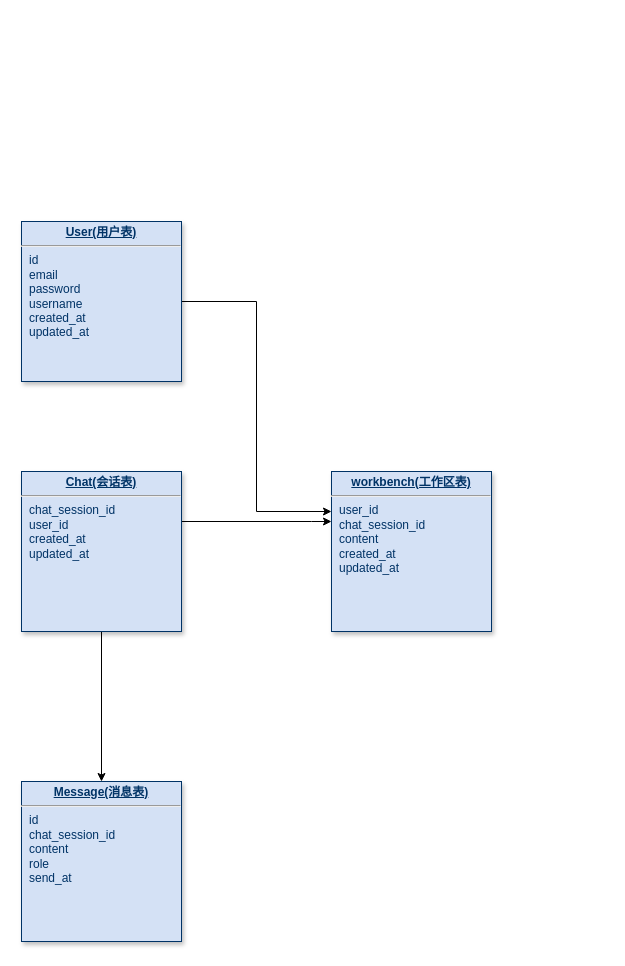
Above: tarvis_db.drawio in GogoWwz/tarvis-diagrams (draw.io), before the change. Source tidied: cells renumbered, new cells numbered last; positions are measured from the earlier drawing's top-left corner, leaving out a move shared by most shapes. Both pictures are drawn from the tidied source at 100%, with x=0, y=0 at pixel (21, 221).
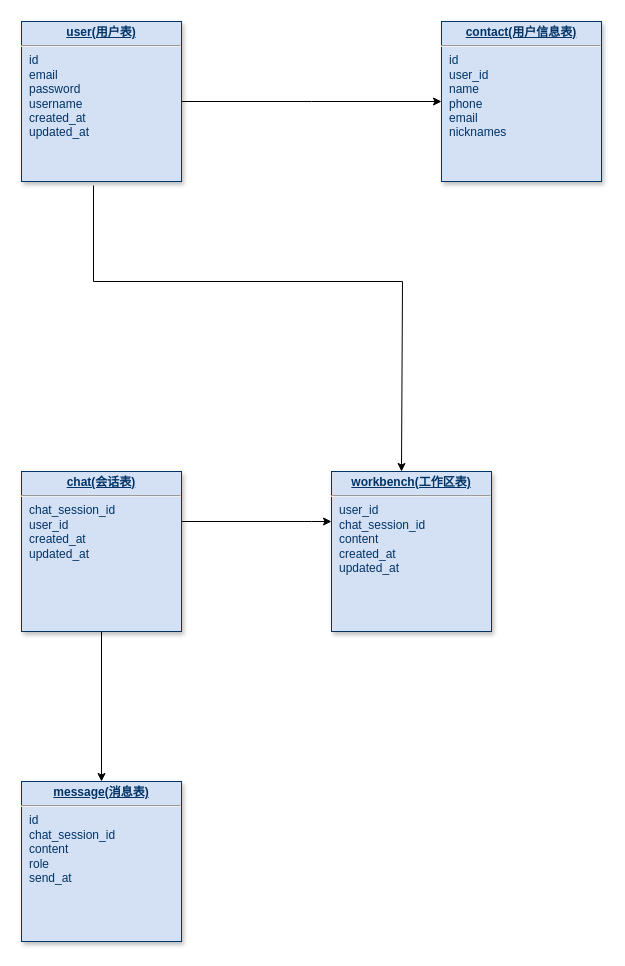
The same diagram, later.

The edit, as a diff of the source:
```diff
@@
 <mxGraphModel>
   <root>
     <mxCell id="0" />
     <mxCell id="1" parent="0" />
-    <mxCell id="2" style="edgeStyle=orthogonalEdgeStyle;rounded=0;jettySize=auto;html=1;exitX=1;exitY=0.5;exitDx=0;exitDy=0;entryX=0;entryY=0.25;entryDx=0;entryDy=0;" parent="1" edge="1" source="3" target="8">
-      <mxGeometry relative="1" as="geometry" />
+    <mxCell id="2" style="edgeStyle=orthogonalEdgeStyle;rounded=0;jettySize=auto;html=1;exitX=0.45;exitY=1.025;exitDx=0;exitDy=0;exitPerimeter=0;" parent="1" edge="1" source="3">
+      <mxGeometry relative="1" as="geometry">
+        <mxPoint x="380" y="250" as="targetPoint" />
+        <Array as="points">
+          <mxPoint x="72" y="60" />
+          <mxPoint x="381" y="60" />
+        </Array>
+      </mxGeometry>
     </mxCell>
+    <mxCell id="9" style="edgeStyle=orthogonalEdgeStyle;rounded=0;jettySize=auto;html=1;" parent="1" edge="1" source="3">
+      <mxGeometry relative="1" as="geometry">
+        <mxPoint x="420" y="-120" as="targetPoint" />
+      </mxGeometry>
+    </mxCell>
-    <mxCell id="3" value="&lt;p style=&quot;margin: 0px; margin-top: 4px; text-align: center; text-decoration: underline;&quot;&gt;&lt;b&gt;User(用户表)&lt;/b&gt;&lt;/p&gt;&lt;hr&gt;&lt;p style=&quot;margin: 0px; margin-left: 8px;&quot;&gt;&lt;span style=&quot;background-color: initial;&quot;&gt;id&lt;/span&gt;&lt;/p&gt;&lt;p style=&quot;margin: 0px; margin-left: 8px;&quot;&gt;&lt;span style=&quot;background-color: initial;&quot;&gt;email&lt;/span&gt;&lt;/p&gt;&lt;p style=&quot;margin: 0px; margin-left: 8px;&quot;&gt;password&lt;/p&gt;&lt;p style=&quot;margin: 0px; margin-left: 8px;&quot;&gt;username&lt;/p&gt;&lt;p style=&quot;margin: 0px; margin-left: 8px;&quot;&gt;created_at&lt;/p&gt;&lt;p style=&quot;margin: 0px; margin-left: 8px;&quot;&gt;updated_at&lt;/p&gt;" style="verticalAlign=top;align=left;overflow=fill;fontSize=12;fontFamily=Helvetica;html=1;strokeColor=#003366;shadow=1;fillColor=#D4E1F5;fontColor=#003366;" parent="1" vertex="1">
-      <mxGeometry width="160" height="160" as="geometry" />
+    <mxCell id="3" value="&lt;p style=&quot;margin: 0px; margin-top: 4px; text-align: center; text-decoration: underline;&quot;&gt;&lt;b&gt;user(用户表)&lt;/b&gt;&lt;/p&gt;&lt;hr&gt;&lt;p style=&quot;margin: 0px; margin-left: 8px;&quot;&gt;&lt;span style=&quot;background-color: initial;&quot;&gt;id&lt;/span&gt;&lt;/p&gt;&lt;p style=&quot;margin: 0px; margin-left: 8px;&quot;&gt;&lt;span style=&quot;background-color: initial;&quot;&gt;email&lt;/span&gt;&lt;/p&gt;&lt;p style=&quot;margin: 0px; margin-left: 8px;&quot;&gt;password&lt;/p&gt;&lt;p style=&quot;margin: 0px; margin-left: 8px;&quot;&gt;username&lt;/p&gt;&lt;p style=&quot;margin: 0px; margin-left: 8px;&quot;&gt;created_at&lt;/p&gt;&lt;p style=&quot;margin: 0px; margin-left: 8px;&quot;&gt;updated_at&lt;/p&gt;" style="verticalAlign=top;align=left;overflow=fill;fontSize=12;fontFamily=Helvetica;html=1;strokeColor=#003366;shadow=1;fillColor=#D4E1F5;fontColor=#003366;" parent="1" vertex="1">
+      <mxGeometry y="-200" width="160" height="160" as="geometry" />
     </mxCell>
     <mxCell id="4" style="edgeStyle=orthogonalEdgeStyle;rounded=0;jettySize=auto;html=1;" parent="1" edge="1" source="6" target="7">
       <mxGeometry relative="1" as="geometry" />
     </mxCell>
     <mxCell id="5" style="edgeStyle=orthogonalEdgeStyle;rounded=0;jettySize=auto;html=1;" parent="1" edge="1" source="6" target="8">
       <mxGeometry relative="1" as="geometry">
         <Array as="points">
           <mxPoint x="290" y="300" />
           <mxPoint x="290" y="300" />
         </Array>
       </mxGeometry>
     </mxCell>
-    <mxCell id="6" value="&lt;p style=&quot;margin: 0px; margin-top: 4px; text-align: center; text-decoration: underline;&quot;&gt;&lt;b&gt;Chat(会话表)&lt;/b&gt;&lt;/p&gt;&lt;hr&gt;&lt;p style=&quot;margin: 0px; margin-left: 8px;&quot;&gt;chat_session_id&lt;/p&gt;&lt;p style=&quot;margin: 0px; margin-left: 8px;&quot;&gt;user_id&lt;/p&gt;&lt;p style=&quot;margin: 0px; margin-left: 8px;&quot;&gt;created_at&lt;/p&gt;&lt;p style=&quot;margin: 0px; margin-left: 8px;&quot;&gt;updated_at&lt;/p&gt;" style="verticalAlign=top;align=left;overflow=fill;fontSize=12;fontFamily=Helvetica;html=1;strokeColor=#003366;shadow=1;fillColor=#D4E1F5;fontColor=#003366;" parent="1" vertex="1">
+    <mxCell id="6" value="&lt;p style=&quot;margin: 0px; margin-top: 4px; text-align: center; text-decoration: underline;&quot;&gt;&lt;b&gt;chat(会话表)&lt;/b&gt;&lt;/p&gt;&lt;hr&gt;&lt;p style=&quot;margin: 0px; margin-left: 8px;&quot;&gt;chat_session_id&lt;/p&gt;&lt;p style=&quot;margin: 0px; margin-left: 8px;&quot;&gt;user_id&lt;/p&gt;&lt;p style=&quot;margin: 0px; margin-left: 8px;&quot;&gt;created_at&lt;/p&gt;&lt;p style=&quot;margin: 0px; margin-left: 8px;&quot;&gt;updated_at&lt;/p&gt;" style="verticalAlign=top;align=left;overflow=fill;fontSize=12;fontFamily=Helvetica;html=1;strokeColor=#003366;shadow=1;fillColor=#D4E1F5;fontColor=#003366;" parent="1" vertex="1">
       <mxGeometry y="250" width="160" height="160" as="geometry" />
     </mxCell>
-    <mxCell id="7" value="&lt;p style=&quot;margin: 0px; margin-top: 4px; text-align: center; text-decoration: underline;&quot;&gt;&lt;b&gt;Message(消息表)&lt;/b&gt;&lt;/p&gt;&lt;hr&gt;&lt;p style=&quot;margin: 0px; margin-left: 8px;&quot;&gt;id&lt;/p&gt;&lt;p style=&quot;margin: 0px; margin-left: 8px;&quot;&gt;chat_session_id&lt;/p&gt;&lt;p style=&quot;margin: 0px; margin-left: 8px;&quot;&gt;content&lt;/p&gt;&lt;p style=&quot;margin: 0px; margin-left: 8px;&quot;&gt;role&lt;/p&gt;&lt;p style=&quot;margin: 0px; margin-left: 8px;&quot;&gt;send_at&lt;/p&gt;" style="verticalAlign=top;align=left;overflow=fill;fontSize=12;fontFamily=Helvetica;html=1;strokeColor=#003366;shadow=1;fillColor=#D4E1F5;fontColor=#003366;" parent="1" vertex="1">
+    <mxCell id="7" value="&lt;p style=&quot;margin: 0px; margin-top: 4px; text-align: center; text-decoration: underline;&quot;&gt;&lt;b&gt;message(消息表)&lt;/b&gt;&lt;/p&gt;&lt;hr&gt;&lt;p style=&quot;margin: 0px; margin-left: 8px;&quot;&gt;id&lt;/p&gt;&lt;p style=&quot;margin: 0px; margin-left: 8px;&quot;&gt;chat_session_id&lt;/p&gt;&lt;p style=&quot;margin: 0px; margin-left: 8px;&quot;&gt;content&lt;/p&gt;&lt;p style=&quot;margin: 0px; margin-left: 8px;&quot;&gt;role&lt;/p&gt;&lt;p style=&quot;margin: 0px; margin-left: 8px;&quot;&gt;send_at&lt;/p&gt;" style="verticalAlign=top;align=left;overflow=fill;fontSize=12;fontFamily=Helvetica;html=1;strokeColor=#003366;shadow=1;fillColor=#D4E1F5;fontColor=#003366;" parent="1" vertex="1">
       <mxGeometry y="560" width="160" height="160" as="geometry" />
     </mxCell>
     <mxCell id="8" value="&lt;p style=&quot;margin: 0px; margin-top: 4px; text-align: center; text-decoration: underline;&quot;&gt;&lt;b&gt;workbench(工作区表)&lt;/b&gt;&lt;/p&gt;&lt;hr&gt;&lt;p style=&quot;margin: 0px; margin-left: 8px;&quot;&gt;user_id&lt;br&gt;&lt;/p&gt;&lt;p style=&quot;margin: 0px; margin-left: 8px;&quot;&gt;chat_session_id&lt;/p&gt;&lt;p style=&quot;margin: 0px; margin-left: 8px;&quot;&gt;content&lt;/p&gt;&lt;p style=&quot;margin: 0px; margin-left: 8px;&quot;&gt;created_at&lt;/p&gt;&lt;p style=&quot;margin: 0px; margin-left: 8px;&quot;&gt;updated_at&lt;/p&gt;" style="verticalAlign=top;align=left;overflow=fill;fontSize=12;fontFamily=Helvetica;html=1;strokeColor=#003366;shadow=1;fillColor=#D4E1F5;fontColor=#003366;" parent="1" vertex="1">
       <mxGeometry x="310" y="250" width="160" height="160" as="geometry" />
     </mxCell>
+    <mxCell id="10" value="&lt;p style=&quot;margin: 0px; margin-top: 4px; text-align: center; text-decoration: underline;&quot;&gt;&lt;b&gt;contact(用户信息表)&lt;/b&gt;&lt;/p&gt;&lt;hr&gt;&lt;p style=&quot;margin: 0px; margin-left: 8px;&quot;&gt;&lt;span style=&quot;background-color: initial;&quot;&gt;id&lt;/span&gt;&lt;/p&gt;&lt;p style=&quot;margin: 0px; margin-left: 8px;&quot;&gt;&lt;span style=&quot;background-color: initial;&quot;&gt;user_id&lt;/span&gt;&lt;/p&gt;&lt;p style=&quot;margin: 0px; margin-left: 8px;&quot;&gt;name&lt;/p&gt;&lt;p style=&quot;margin: 0px; margin-left: 8px;&quot;&gt;phone&lt;/p&gt;&lt;p style=&quot;margin: 0px; margin-left: 8px;&quot;&gt;email&lt;/p&gt;&lt;p style=&quot;margin: 0px; margin-left: 8px;&quot;&gt;nicknames&lt;/p&gt;" style="verticalAlign=top;align=left;overflow=fill;fontSize=12;fontFamily=Helvetica;html=1;strokeColor=#003366;shadow=1;fillColor=#D4E1F5;fontColor=#003366;" parent="1" vertex="1">
+      <mxGeometry x="420" y="-200" width="160" height="160" as="geometry" />
+    </mxCell>
   </root>
 </mxGraphModel>
```
